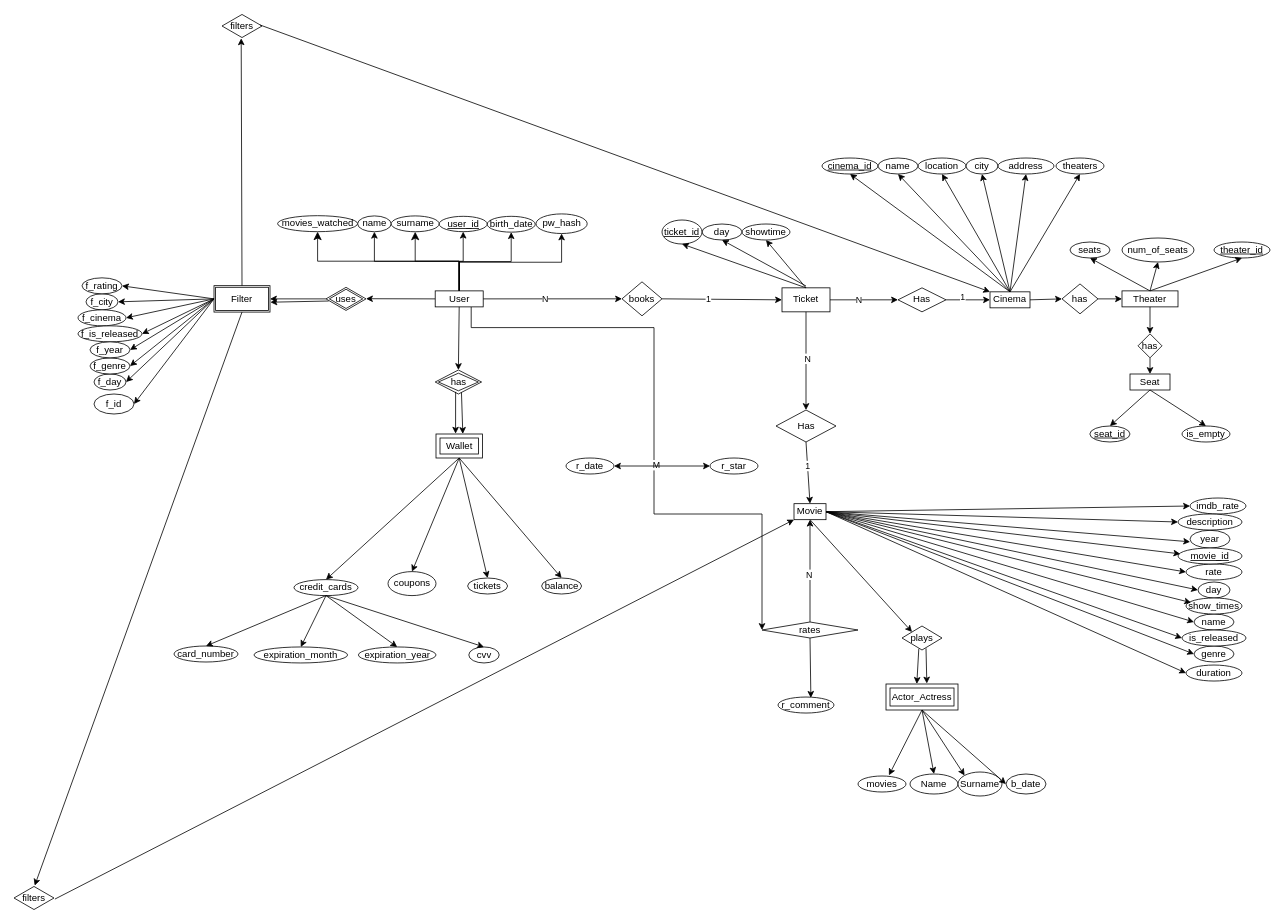
kelma01/dbms_project keeps this draw.io diagram as proje_diagram.drawio. Above is the earlier version. Source tidied: cells renumbered, new cells numbered last; positions are measured from the earlier drawing's top-left corner, leaving out a move shared by most shapes. Both pictures are drawn from the tidied source at 80%, with x=0, y=0 at pixel (14, 14).
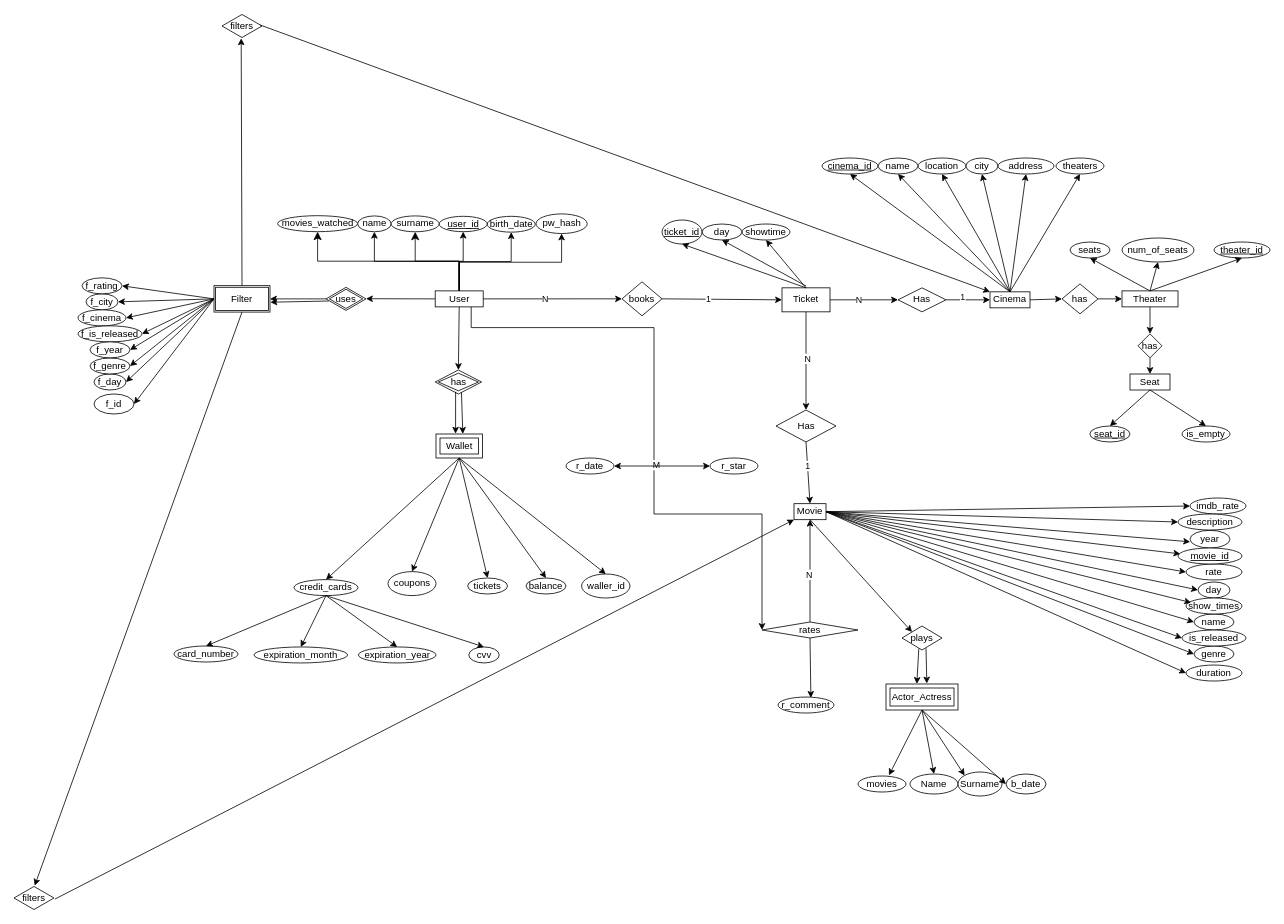
The same page after the edit.

Commit message:
waller_id eklendi

The change refers to these unchanged cells:
```xml
<mxCell id="12" value="Wallet" style="shape=ext;margin=3;double=1;whiteSpace=wrap;html=1;align=center;" parent="1" vertex="1">
  <mxGeometry x="527.5" y="525" width="58" height="30" as="geometry" />
</mxCell>
```

The edit, as a diff of the source:
```diff
@@
     <mxCell id="15" value="balance" style="ellipse;whiteSpace=wrap;html=1;align=center;" parent="1" vertex="1">
-      <mxGeometry x="659.5" y="705" width="50" height="20" as="geometry" />
+      <mxGeometry x="640" y="705" width="50" height="20" as="geometry" />
     </mxCell>
@@
+    <mxCell id="165" value="waller_id" style="ellipse;whiteSpace=wrap;html=1;" parent="1" vertex="1">
+      <mxGeometry x="709.5" y="700" width="60.5" height="30" as="geometry" />
+    </mxCell>
+    <mxCell id="166" style="endArrow=classic;html=1;exitX=0.5;exitY=1;exitDx=0;exitDy=0;entryX=0.5;entryY=0;entryDx=0;entryDy=0;" parent="1" edge="1" source="12" target="165">
+      <mxGeometry relative="1" as="geometry" />
+    </mxCell>
```
